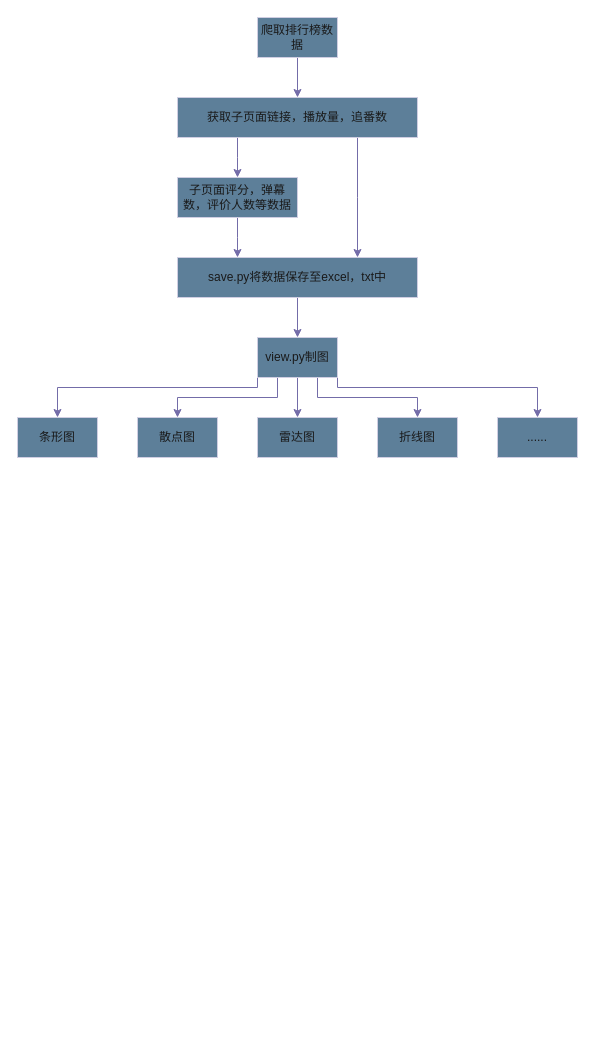
Before: drawio/Test.drawio in ygkldnherr/ygkldnherr.github.io, a draw.io diagram. Source tidied: cells renumbered, new cells numbered last; positions are measured from the earlier drawing's top-left corner, leaving out a move shared by most shapes. Both pictures are drawn from the tidied source at 100%, with x=0, y=0 at pixel (17, 17).
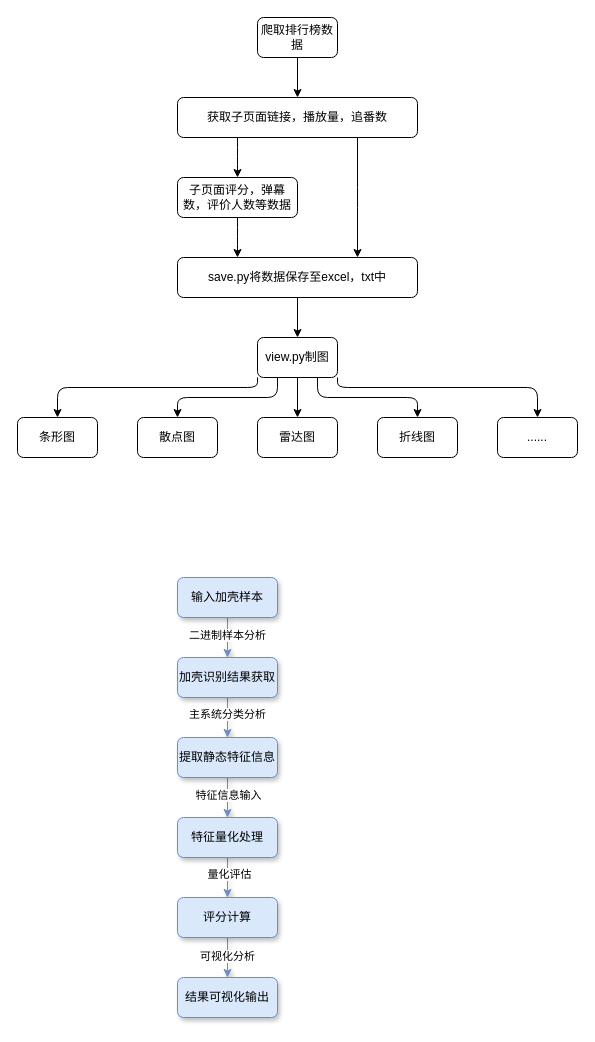
Above is the later version.

The edit, as a diff of the source:
```diff
@@
-    <mxCell id="2" style="edgeStyle=orthogonalEdgeStyle;rounded=0;jettySize=auto;html=1;entryX=0.5;entryY=0;entryDx=0;entryDy=0;labelBackgroundColor=none;strokeColor=#736CA8;fontColor=default;" parent="1" edge="1" source="3" target="6">
+    <mxCell id="2" style="edgeStyle=orthogonalEdgeStyle;rounded=1;jettySize=auto;html=1;entryX=0.5;entryY=0;entryDx=0;entryDy=0;labelBackgroundColor=none;fontColor=default;" parent="1" edge="1" source="3" target="6">
       <mxGeometry relative="1" as="geometry" />
     </mxCell>
-    <mxCell id="3" value="爬取排行榜数据" style="rounded=0;whiteSpace=wrap;html=1;labelBackgroundColor=none;fillColor=#5D7F99;strokeColor=#D0CEE2;fontColor=#1A1A1A;" parent="1" vertex="1">
+    <mxCell id="3" value="爬取排行榜数据" style="rounded=1;whiteSpace=wrap;html=1;labelBackgroundColor=none;" parent="1" vertex="1">
       <mxGeometry x="240" width="80" height="40" as="geometry" />
     </mxCell>
-    <mxCell id="4" style="edgeStyle=orthogonalEdgeStyle;rounded=0;jettySize=auto;html=1;exitX=0.25;exitY=1;exitDx=0;exitDy=0;labelBackgroundColor=none;strokeColor=#736CA8;fontColor=default;" parent="1" edge="1" source="6">
+    <mxCell id="4" style="edgeStyle=orthogonalEdgeStyle;rounded=1;jettySize=auto;html=1;exitX=0.25;exitY=1;exitDx=0;exitDy=0;labelBackgroundColor=none;fontColor=default;" parent="1" edge="1" source="6">
       <mxGeometry relative="1" as="geometry">
         <mxPoint x="220" y="160" as="targetPoint" />
       </mxGeometry>
     </mxCell>
-    <mxCell id="5" style="edgeStyle=orthogonalEdgeStyle;rounded=0;jettySize=auto;html=1;exitX=0.75;exitY=1;exitDx=0;exitDy=0;labelBackgroundColor=none;strokeColor=#736CA8;fontColor=default;" parent="1" edge="1" source="6">
+    <mxCell id="5" style="edgeStyle=orthogonalEdgeStyle;rounded=1;jettySize=auto;html=1;exitX=0.75;exitY=1;exitDx=0;exitDy=0;labelBackgroundColor=none;fontColor=default;" parent="1" edge="1" source="6">
       <mxGeometry relative="1" as="geometry">
         <mxPoint x="340" y="240" as="targetPoint" />
       </mxGeometry>
     </mxCell>
-    <mxCell id="6" value="获取子页面链接，播放量，追番数" style="rounded=0;whiteSpace=wrap;html=1;labelBackgroundColor=none;fillColor=#5D7F99;strokeColor=#D0CEE2;fontColor=#1A1A1A;" parent="1" vertex="1">
+    <mxCell id="6" value="获取子页面链接，播放量，追番数" style="rounded=1;whiteSpace=wrap;html=1;labelBackgroundColor=none;" parent="1" vertex="1">
       <mxGeometry x="160" y="80" width="240" height="40" as="geometry" />
     </mxCell>
-    <mxCell id="7" style="edgeStyle=orthogonalEdgeStyle;rounded=0;jettySize=auto;html=1;labelBackgroundColor=none;strokeColor=#736CA8;fontColor=default;" parent="1" edge="1" source="8">
+    <mxCell id="7" style="edgeStyle=orthogonalEdgeStyle;rounded=1;jettySize=auto;html=1;labelBackgroundColor=none;fontColor=default;" parent="1" edge="1" source="8">
       <mxGeometry relative="1" as="geometry">
         <mxPoint x="220" y="240" as="targetPoint" />
       </mxGeometry>
     </mxCell>
-    <mxCell id="8" value="子页面评分，弹幕数，评价人数等数据" style="rounded=0;whiteSpace=wrap;html=1;labelBackgroundColor=none;fillColor=#5D7F99;strokeColor=#D0CEE2;fontColor=#1A1A1A;" parent="1" vertex="1">
+    <mxCell id="8" value="子页面评分，弹幕数，评价人数等数据" style="rounded=1;whiteSpace=wrap;html=1;labelBackgroundColor=none;" parent="1" vertex="1">
       <mxGeometry x="160" y="160" width="120" height="40" as="geometry" />
     </mxCell>
-    <mxCell id="9" style="edgeStyle=orthogonalEdgeStyle;rounded=0;jettySize=auto;html=1;entryX=0.5;entryY=0;entryDx=0;entryDy=0;labelBackgroundColor=none;strokeColor=#736CA8;fontColor=default;" parent="1" edge="1" source="10" target="16">
+    <mxCell id="9" style="edgeStyle=orthogonalEdgeStyle;rounded=1;jettySize=auto;html=1;entryX=0.5;entryY=0;entryDx=0;entryDy=0;labelBackgroundColor=none;fontColor=default;" parent="1" edge="1" source="10" target="16">
       <mxGeometry relative="1" as="geometry" />
     </mxCell>
-    <mxCell id="10" value="save.py将数据保存至excel，txt中" style="rounded=0;whiteSpace=wrap;html=1;labelBackgroundColor=none;fillColor=#5D7F99;strokeColor=#D0CEE2;fontColor=#1A1A1A;" parent="1" vertex="1">
+    <mxCell id="10" value="save.py将数据保存至excel，txt中" style="rounded=1;whiteSpace=wrap;html=1;labelBackgroundColor=none;" parent="1" vertex="1">
       <mxGeometry x="160" y="240" width="240" height="40" as="geometry" />
     </mxCell>
-    <mxCell id="11" style="edgeStyle=orthogonalEdgeStyle;rounded=0;jettySize=auto;html=1;entryX=0.5;entryY=0;entryDx=0;entryDy=0;labelBackgroundColor=none;strokeColor=#736CA8;fontColor=default;" parent="1" edge="1" source="16" target="19">
+    <mxCell id="11" style="edgeStyle=orthogonalEdgeStyle;rounded=1;jettySize=auto;html=1;entryX=0.5;entryY=0;entryDx=0;entryDy=0;labelBackgroundColor=none;fontColor=default;" parent="1" edge="1" source="16" target="19">
       <mxGeometry relative="1" as="geometry" />
     </mxCell>
-    <mxCell id="12" style="edgeStyle=orthogonalEdgeStyle;rounded=0;jettySize=auto;html=1;exitX=0;exitY=1;exitDx=0;exitDy=0;entryX=0.5;entryY=0;entryDx=0;entryDy=0;labelBackgroundColor=none;strokeColor=#736CA8;fontColor=default;" parent="1" edge="1" source="16" target="17">
+    <mxCell id="12" style="edgeStyle=orthogonalEdgeStyle;rounded=1;jettySize=auto;html=1;exitX=0;exitY=1;exitDx=0;exitDy=0;entryX=0.5;entryY=0;entryDx=0;entryDy=0;labelBackgroundColor=none;fontColor=default;" parent="1" edge="1" source="16" target="17">
       <mxGeometry relative="1" as="geometry">
         <Array as="points">
           <mxPoint x="240" y="370" />
           <mxPoint x="40" y="370" />
         </Array>
       </mxGeometry>
     </mxCell>
-    <mxCell id="13" style="edgeStyle=orthogonalEdgeStyle;rounded=0;jettySize=auto;html=1;exitX=0.25;exitY=1;exitDx=0;exitDy=0;entryX=0.5;entryY=0;entryDx=0;entryDy=0;labelBackgroundColor=none;strokeColor=#736CA8;fontColor=default;" parent="1" edge="1" source="16" target="18">
+    <mxCell id="13" style="edgeStyle=orthogonalEdgeStyle;rounded=1;jettySize=auto;html=1;exitX=0.25;exitY=1;exitDx=0;exitDy=0;entryX=0.5;entryY=0;entryDx=0;entryDy=0;labelBackgroundColor=none;fontColor=default;" parent="1" edge="1" source="16" target="18">
       <mxGeometry relative="1" as="geometry" />
     </mxCell>
-    <mxCell id="14" style="edgeStyle=orthogonalEdgeStyle;rounded=0;jettySize=auto;html=1;exitX=0.75;exitY=1;exitDx=0;exitDy=0;entryX=0.5;entryY=0;entryDx=0;entryDy=0;labelBackgroundColor=none;strokeColor=#736CA8;fontColor=default;" parent="1" edge="1" source="16" target="20">
+    <mxCell id="14" style="edgeStyle=orthogonalEdgeStyle;rounded=1;jettySize=auto;html=1;exitX=0.75;exitY=1;exitDx=0;exitDy=0;entryX=0.5;entryY=0;entryDx=0;entryDy=0;labelBackgroundColor=none;fontColor=default;" parent="1" edge="1" source="16" target="20">
       <mxGeometry relative="1" as="geometry" />
     </mxCell>
-    <mxCell id="15" style="edgeStyle=orthogonalEdgeStyle;rounded=0;jettySize=auto;html=1;exitX=1;exitY=1;exitDx=0;exitDy=0;entryX=0.5;entryY=0;entryDx=0;entryDy=0;labelBackgroundColor=none;strokeColor=#736CA8;fontColor=default;" parent="1" edge="1" source="16" target="21">
+    <mxCell id="15" style="edgeStyle=orthogonalEdgeStyle;rounded=1;jettySize=auto;html=1;exitX=1;exitY=1;exitDx=0;exitDy=0;entryX=0.5;entryY=0;entryDx=0;entryDy=0;labelBackgroundColor=none;fontColor=default;" parent="1" edge="1" source="16" target="21">
       <mxGeometry relative="1" as="geometry">
         <Array as="points">
           <mxPoint x="320" y="370" />
           <mxPoint x="520" y="370" />
         </Array>
       </mxGeometry>
     </mxCell>
-    <mxCell id="16" value="view.py制图" style="rounded=0;whiteSpace=wrap;html=1;labelBackgroundColor=none;fillColor=#5D7F99;strokeColor=#D0CEE2;fontColor=#1A1A1A;" parent="1" vertex="1">
+    <mxCell id="16" value="view.py制图" style="rounded=1;whiteSpace=wrap;html=1;labelBackgroundColor=none;" parent="1" vertex="1">
       <mxGeometry x="240" y="320" width="80" height="40" as="geometry" />
     </mxCell>
-    <mxCell id="17" value="条形图" style="rounded=0;whiteSpace=wrap;html=1;labelBackgroundColor=none;fillColor=#5D7F99;strokeColor=#D0CEE2;fontColor=#1A1A1A;" parent="1" vertex="1">
+    <mxCell id="17" value="条形图" style="rounded=1;whiteSpace=wrap;html=1;labelBackgroundColor=none;" parent="1" vertex="1">
       <mxGeometry y="400" width="80" height="40" as="geometry" />
     </mxCell>
-    <mxCell id="18" value="散点图" style="rounded=0;whiteSpace=wrap;html=1;labelBackgroundColor=none;fillColor=#5D7F99;strokeColor=#D0CEE2;fontColor=#1A1A1A;" parent="1" vertex="1">
+    <mxCell id="18" value="散点图" style="rounded=1;whiteSpace=wrap;html=1;labelBackgroundColor=none;" parent="1" vertex="1">
       <mxGeometry x="120" y="400" width="80" height="40" as="geometry" />
     </mxCell>
-    <mxCell id="19" value="雷达图" style="rounded=0;whiteSpace=wrap;html=1;labelBackgroundColor=none;fillColor=#5D7F99;strokeColor=#D0CEE2;fontColor=#1A1A1A;" parent="1" vertex="1">
+    <mxCell id="19" value="雷达图" style="rounded=1;whiteSpace=wrap;html=1;labelBackgroundColor=none;" parent="1" vertex="1">
       <mxGeometry x="240" y="400" width="80" height="40" as="geometry" />
     </mxCell>
-    <mxCell id="20" value="折线图" style="rounded=0;whiteSpace=wrap;html=1;labelBackgroundColor=none;fillColor=#5D7F99;strokeColor=#D0CEE2;fontColor=#1A1A1A;" parent="1" vertex="1">
+    <mxCell id="20" value="折线图" style="rounded=1;whiteSpace=wrap;html=1;labelBackgroundColor=none;" parent="1" vertex="1">
       <mxGeometry x="360" y="400" width="80" height="40" as="geometry" />
     </mxCell>
-    <mxCell id="21" value="......" style="rounded=0;whiteSpace=wrap;html=1;labelBackgroundColor=none;fillColor=#5D7F99;strokeColor=#D0CEE2;fontColor=#1A1A1A;" parent="1" vertex="1">
+    <mxCell id="21" value="......" style="rounded=1;whiteSpace=wrap;html=1;labelBackgroundColor=none;" parent="1" vertex="1">
       <mxGeometry x="480" y="400" width="80" height="40" as="geometry" />
     </mxCell>
+    <mxCell id="22" style="edgeStyle=orthogonalEdgeStyle;rounded=1;jettySize=auto;html=1;fillColor=#dae8fc;strokeColor=#6c8ebf;shadow=1;" parent="1" edge="1" source="24" target="27">
+      <mxGeometry relative="1" as="geometry" />
+    </mxCell>
+    <mxCell id="23" value="二进制样本分析" style="edgeLabel;html=1;align=center;verticalAlign=middle;rounded=1;" parent="22" vertex="1">
+      <mxGeometry x="-0.14" y="-1" relative="1" as="geometry" />
+    </mxCell>
+    <mxCell id="24" value="输入加壳样本" style="rounded=1;whiteSpace=wrap;html=1;fillColor=#dae8fc;strokeColor=#6c8ebf;shadow=1;" parent="1" vertex="1">
+      <mxGeometry x="160" y="560" width="100" height="40" as="geometry" />
+    </mxCell>
+    <mxCell id="25" style="edgeStyle=orthogonalEdgeStyle;rounded=1;jettySize=auto;html=1;entryX=0.5;entryY=0;entryDx=0;entryDy=0;fillColor=#dae8fc;strokeColor=#6c8ebf;shadow=1;" parent="1" edge="1" source="27" target="30">
+      <mxGeometry relative="1" as="geometry" />
+    </mxCell>
+    <mxCell id="26" value="主系统分类分析" style="edgeLabel;html=1;align=center;verticalAlign=middle;rounded=1;" parent="25" vertex="1">
+      <mxGeometry x="-0.18" y="-1" relative="1" as="geometry" />
+    </mxCell>
+    <mxCell id="27" value="加壳识别结果获取" style="rounded=1;whiteSpace=wrap;html=1;fillColor=#dae8fc;strokeColor=#6c8ebf;shadow=1;" parent="1" vertex="1">
+      <mxGeometry x="160" y="640" width="100" height="40" as="geometry" />
+    </mxCell>
+    <mxCell id="28" style="edgeStyle=orthogonalEdgeStyle;rounded=1;jettySize=auto;html=1;entryX=0.5;entryY=0;entryDx=0;entryDy=0;fillColor=#dae8fc;strokeColor=#6c8ebf;shadow=1;" parent="1" edge="1" source="30" target="33">
+      <mxGeometry relative="1" as="geometry" />
+    </mxCell>
+    <mxCell id="29" value="特征信息输入" style="edgeLabel;html=1;align=center;verticalAlign=middle;rounded=1;" parent="28" vertex="1">
+      <mxGeometry x="-0.14" relative="1" as="geometry" />
+    </mxCell>
+    <mxCell id="30" value="提取静态特征信息" style="rounded=1;whiteSpace=wrap;html=1;fillColor=#dae8fc;strokeColor=#6c8ebf;shadow=1;" parent="1" vertex="1">
+      <mxGeometry x="160" y="720" width="100" height="40" as="geometry" />
+    </mxCell>
+    <mxCell id="31" style="edgeStyle=orthogonalEdgeStyle;rounded=1;jettySize=auto;html=1;entryX=0.5;entryY=0;entryDx=0;entryDy=0;fillColor=#dae8fc;strokeColor=#6c8ebf;shadow=1;" parent="1" edge="1" source="33" target="36">
+      <mxGeometry relative="1" as="geometry" />
+    </mxCell>
+    <mxCell id="32" value="量化评估" style="edgeLabel;html=1;align=center;verticalAlign=middle;rounded=1;" parent="31" vertex="1">
+      <mxGeometry x="-0.18" y="1" relative="1" as="geometry" />
+    </mxCell>
+    <mxCell id="33" value="特征量化处理" style="rounded=1;whiteSpace=wrap;html=1;fillColor=#dae8fc;strokeColor=#6c8ebf;shadow=1;" parent="1" vertex="1">
+      <mxGeometry x="160" y="800" width="100" height="40" as="geometry" />
+    </mxCell>
+    <mxCell id="34" style="edgeStyle=orthogonalEdgeStyle;rounded=1;jettySize=auto;html=1;entryX=0.5;entryY=0;entryDx=0;entryDy=0;fillColor=#dae8fc;strokeColor=#6c8ebf;shadow=1;" parent="1" edge="1" source="36" target="37">
+      <mxGeometry relative="1" as="geometry" />
+    </mxCell>
+    <mxCell id="35" value="可视化分析" style="edgeLabel;html=1;align=center;verticalAlign=middle;rounded=1;" parent="34" vertex="1">
+      <mxGeometry x="-0.11" y="-1" relative="1" as="geometry" />
+    </mxCell>
+    <mxCell id="36" value="评分计算" style="rounded=1;whiteSpace=wrap;html=1;fillColor=#dae8fc;strokeColor=#6c8ebf;shadow=1;" parent="1" vertex="1">
+      <mxGeometry x="160" y="880" width="100" height="40" as="geometry" />
+    </mxCell>
+    <mxCell id="37" value="结果可视化输出" style="rounded=1;whiteSpace=wrap;html=1;fillColor=#dae8fc;strokeColor=#6c8ebf;shadow=1;" parent="1" vertex="1">
+      <mxGeometry x="160" y="960" width="100" height="40" as="geometry" />
+    </mxCell>
```
